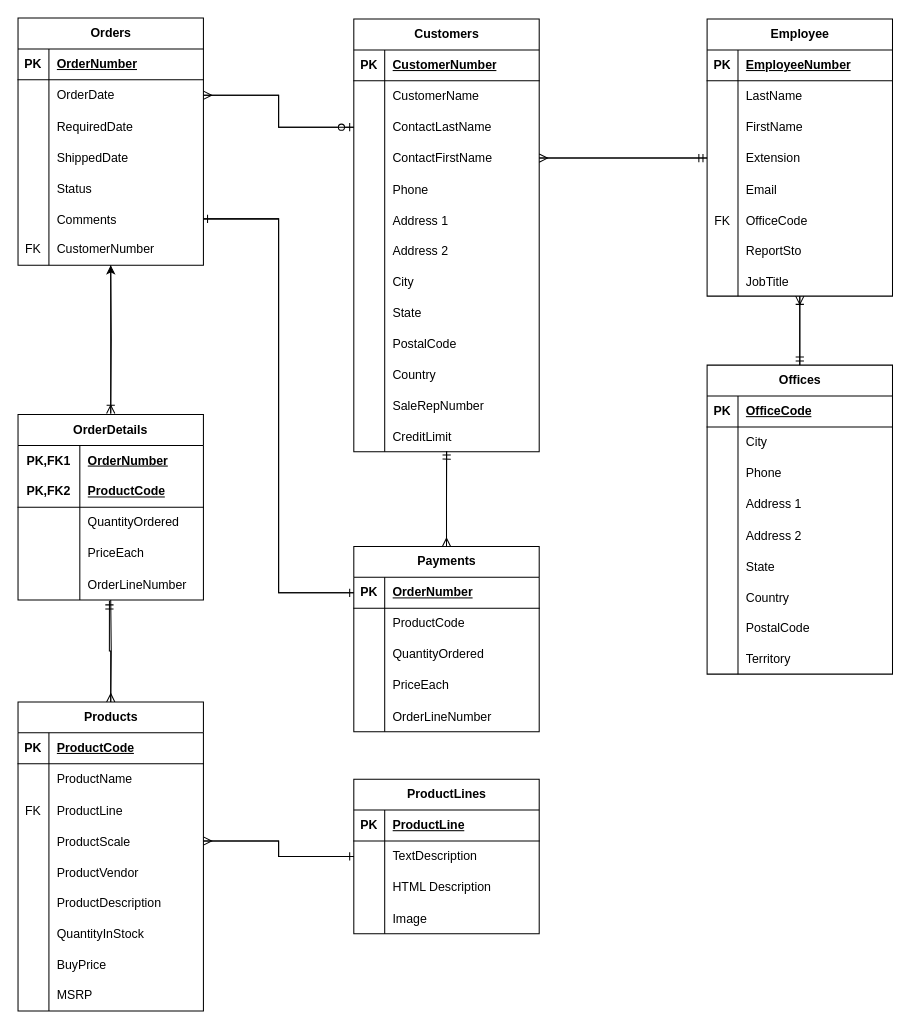
This is DBS Lab2.drawio from Treliuz/DBS, a draw.io file, before an edit. Source tidied: cells renumbered, new cells numbered last; positions are measured from the earlier drawing's top-left corner, leaving out a move shared by most shapes. Both pictures are drawn from the tidied source at 103%, with x=0, y=0 at pixel (18, 18).
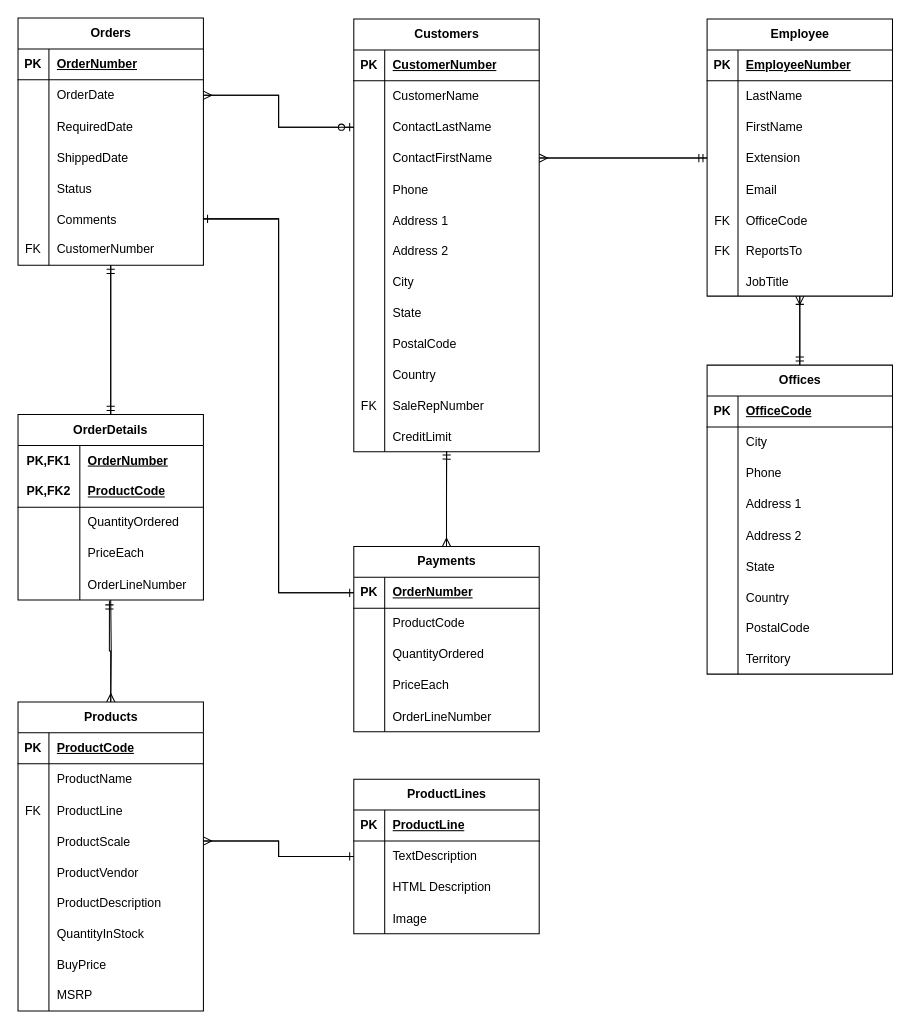
After the change.

The change refers to these unchanged cells:
```xml
<mxCell id="22" style="shape=tableRow;horizontal=0;startSize=0;swimlaneHead=0;swimlaneBody=0;fillColor=none;top=0;left=0;right=0;bottom=0;" parent="3" vertex="1">
  <mxGeometry y="210" width="180" height="30" as="geometry" />
</mxCell>
<mxCell id="63" style="shape=tableRow;horizontal=0;startSize=0;swimlaneHead=0;swimlaneBody=0;fillColor=none;top=0;left=0;right=0;bottom=0;" parent="29" vertex="1">
  <mxGeometry y="360" width="180" height="30" as="geometry" />
</mxCell>
<mxCell id="101" value="Orders" style="shape=table;startSize=30;childLayout=tableLayout;rowLines=0;fontStyle=1;align=center;html=1;" parent="1" vertex="1">
  <mxGeometry width="180" height="240" as="geometry" />
</mxCell>
<mxCell id="188" value="OrderDetails" style="shape=table;startSize=30;childLayout=tableLayout;rowLines=0;fontStyle=1;align=center;html=1;whiteSpace=wrap;" parent="1" vertex="1">
  <mxGeometry y="385" width="180" height="180" as="geometry" />
</mxCell>
```

The edit, as a diff of the source:
```diff
@@
-    <mxCell id="23" style="shape=partialRectangle;fillColor=none;top=0;left=0;bottom=0;right=0;overflow=hidden;" parent="22" vertex="1">
+    <mxCell id="23" value="FK" style="shape=partialRectangle;fillColor=none;top=0;left=0;bottom=0;right=0;overflow=hidden;" parent="22" vertex="1">
       <mxGeometry width="30" height="30" as="geometry" />
     </mxCell>
-    <mxCell id="24" value="ReportSto" style="shape=partialRectangle;fillColor=none;top=0;left=0;bottom=0;right=0;align=left;spacingLeft=6;overflow=hidden;" parent="22" vertex="1">
+    <mxCell id="24" value="ReportsTo" style="shape=partialRectangle;fillColor=none;top=0;left=0;bottom=0;right=0;align=left;spacingLeft=6;overflow=hidden;" parent="22" vertex="1">
       <mxGeometry x="30" width="150" height="30" as="geometry" />
     </mxCell>
@@
-    <mxCell id="64" style="shape=partialRectangle;fillColor=none;top=0;left=0;bottom=0;right=0;overflow=hidden;" parent="63" vertex="1">
+    <mxCell id="64" value="FK" style="shape=partialRectangle;fillColor=none;top=0;left=0;bottom=0;right=0;overflow=hidden;" parent="63" vertex="1">
       <mxGeometry width="30" height="30" as="geometry" />
     </mxCell>
@@
-    <mxCell id="98" style="edgeStyle=orthogonalEdgeStyle;rounded=0;jettySize=auto;html=1;entryX=0.5;entryY=1;entryDx=0;entryDy=0;" parent="1" edge="1" target="101">
-      <mxGeometry relative="1" as="geometry">
-        <mxPoint x="90" y="384" as="sourcePoint" />
-      </mxGeometry>
-    </mxCell>
@@
-    <mxCell id="100" style="edgeStyle=orthogonalEdgeStyle;rounded=0;jettySize=auto;html=1;entryX=0.5;entryY=0;entryDx=0;entryDy=0;endArrow=ERoneToMany;endFill=0;" parent="1" edge="1" source="101">
-      <mxGeometry relative="1" as="geometry">
-        <mxPoint x="90" y="384" as="targetPoint" />
-      </mxGeometry>
-    </mxCell>
+    <mxCell id="206" style="edgeStyle=orthogonalEdgeStyle;rounded=0;jettySize=auto;html=1;entryX=0.5;entryY=0;entryDx=0;entryDy=0;endArrow=ERmandOne;endFill=0;" parent="1" edge="1" source="101" target="188">
+      <mxGeometry relative="1" as="geometry" />
+    </mxCell>
@@
+    <mxCell id="207" style="edgeStyle=orthogonalEdgeStyle;rounded=0;jettySize=auto;html=1;entryX=0.5;entryY=1;entryDx=0;entryDy=0;endArrow=ERmandOne;endFill=0;" parent="1" edge="1" source="188" target="101">
+      <mxGeometry relative="1" as="geometry" />
+    </mxCell>
```
